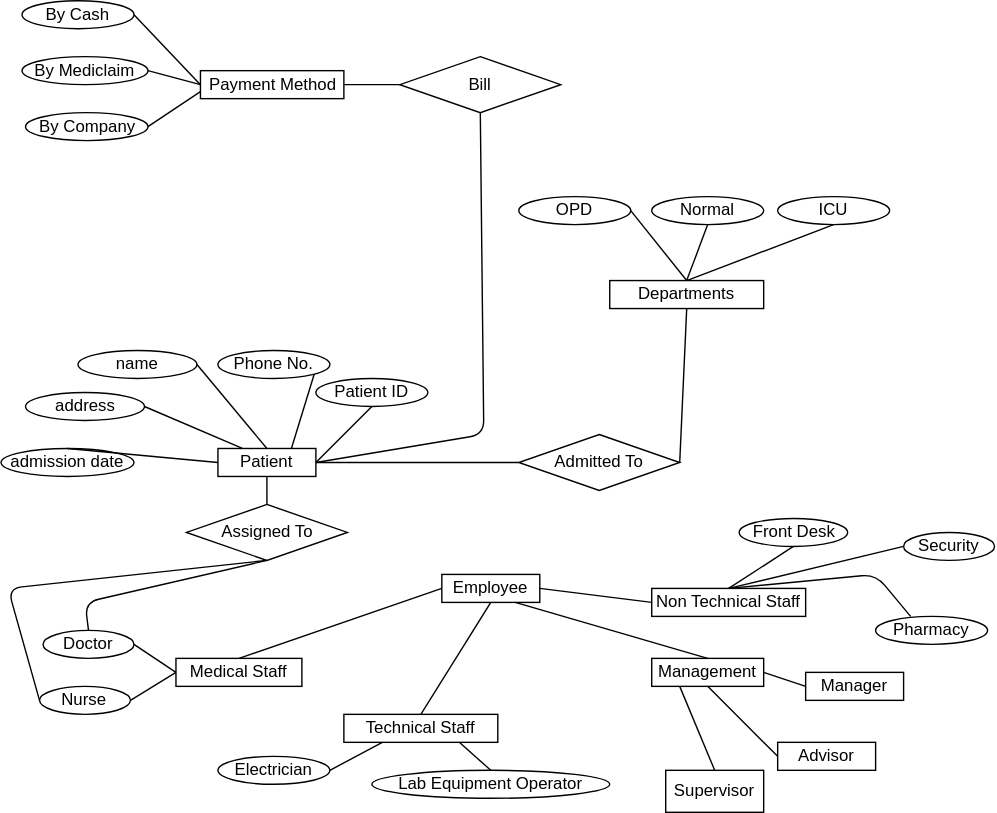
Earlier version of the draw.io export er_dig.svg (listout/drawio_digs). Source tidied: cells renumbered, new cells last; positions are measured from the earlier drawing's top-left corner, leaving out a move shared by most shapes.
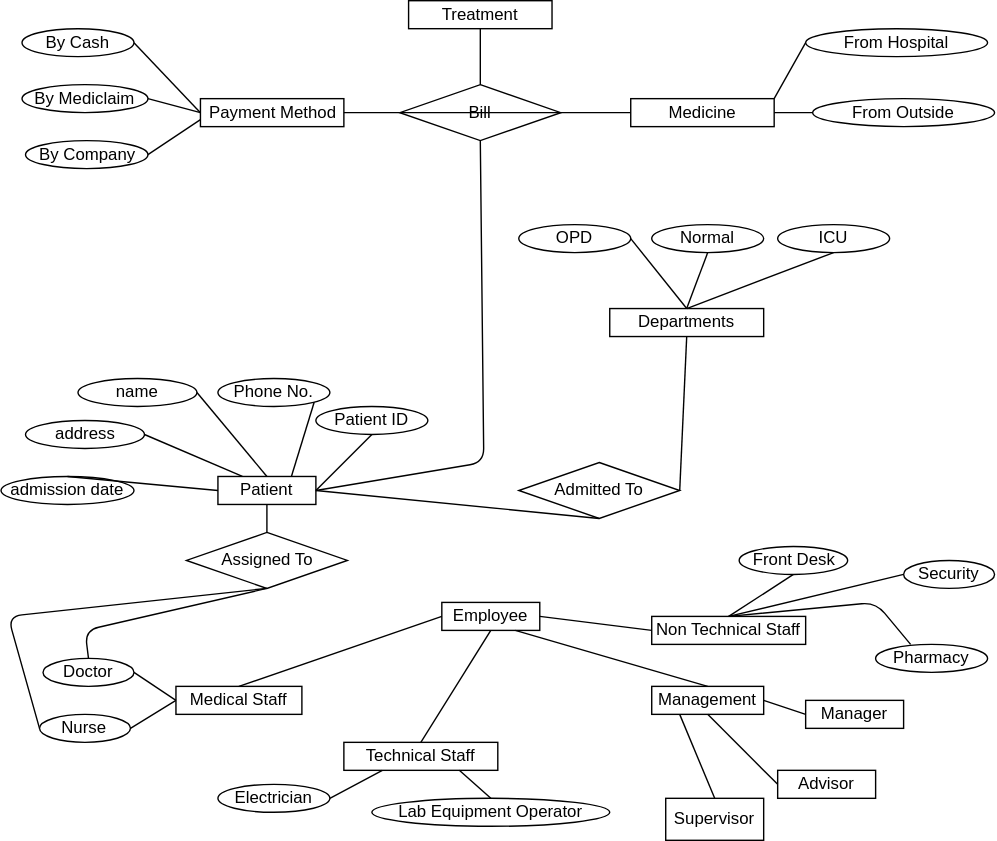
Above is the later version.

Change to the diagram source:
```diff
@@ -199,7 +199,7 @@
     <mxCell id="61" value="By Cash" style="ellipse;whiteSpace=wrap;html=1;" parent="1" vertex="1">
       <mxGeometry x="15" width="80" height="20" as="geometry" />
     </mxCell>
-    <mxCell id="62" style="endArrow=none;html=1;exitX=1;exitY=0.5;exitDx=0;exitDy=0;" parent="1" edge="1" source="58" target="56">
+    <mxCell id="62" style="endArrow=none;html=1;exitX=1;exitY=0.5;exitDx=0;exitDy=0;entryX=0;entryY=0.5;entryDx=0;entryDy=0;" parent="1" edge="1" source="58" target="56">
       <mxGeometry relative="1" as="geometry" />
     </mxCell>
     <mxCell id="63" style="endArrow=none;html=1;entryX=1;entryY=0.5;entryDx=0;entryDy=0;exitX=0;exitY=0.75;exitDx=0;exitDy=0;" parent="1" edge="1" source="58" target="59">
@@ -211,5 +211,29 @@
     <mxCell id="65" style="endArrow=none;html=1;exitX=0;exitY=0.5;exitDx=0;exitDy=0;entryX=1;entryY=0.5;entryDx=0;entryDy=0;" parent="1" edge="1" source="58" target="61">
       <mxGeometry relative="1" as="geometry" />
     </mxCell>
+    <mxCell id="66" value="Treatment" style="rounded=0;whiteSpace=wrap;html=1;" parent="1" vertex="1">
+      <mxGeometry x="291.2" y="-20" width="102.5" height="20" as="geometry" />
+    </mxCell>
+    <mxCell id="67" value="Medicine" style="rounded=0;whiteSpace=wrap;html=1;" parent="1" vertex="1">
+      <mxGeometry x="450" y="50" width="102.5" height="20" as="geometry" />
+    </mxCell>
+    <mxCell id="68" style="endArrow=none;html=1;exitX=0.5;exitY=1;exitDx=0;exitDy=0;entryX=0.5;entryY=0;entryDx=0;entryDy=0;" parent="1" edge="1" source="66" target="56">
+      <mxGeometry relative="1" as="geometry" />
+    </mxCell>
+    <mxCell id="69" style="endArrow=none;html=1;exitX=0;exitY=0.5;exitDx=0;exitDy=0;entryX=1;entryY=0.5;entryDx=0;entryDy=0;" parent="1" edge="1" source="67" target="56">
+      <mxGeometry relative="1" as="geometry" />
+    </mxCell>
+    <mxCell id="70" value="From Hospital" style="ellipse;whiteSpace=wrap;html=1;" parent="1" vertex="1">
+      <mxGeometry x="575" width="130" height="20" as="geometry" />
+    </mxCell>
+    <mxCell id="71" value="From Outside" style="ellipse;whiteSpace=wrap;html=1;" parent="1" vertex="1">
+      <mxGeometry x="580" y="50" width="130" height="20" as="geometry" />
+    </mxCell>
+    <mxCell id="72" style="endArrow=none;html=1;exitX=1;exitY=0;exitDx=0;exitDy=0;entryX=0;entryY=0.5;entryDx=0;entryDy=0;" parent="1" edge="1" source="67" target="70">
+      <mxGeometry relative="1" as="geometry" />
+    </mxCell>
+    <mxCell id="73" style="endArrow=none;html=1;exitX=1;exitY=0.5;exitDx=0;exitDy=0;entryX=0;entryY=0.5;entryDx=0;entryDy=0;" parent="1" edge="1" source="67" target="71">
+      <mxGeometry relative="1" as="geometry" />
+    </mxCell>
   </root>
 </mxGraphModel>
```
